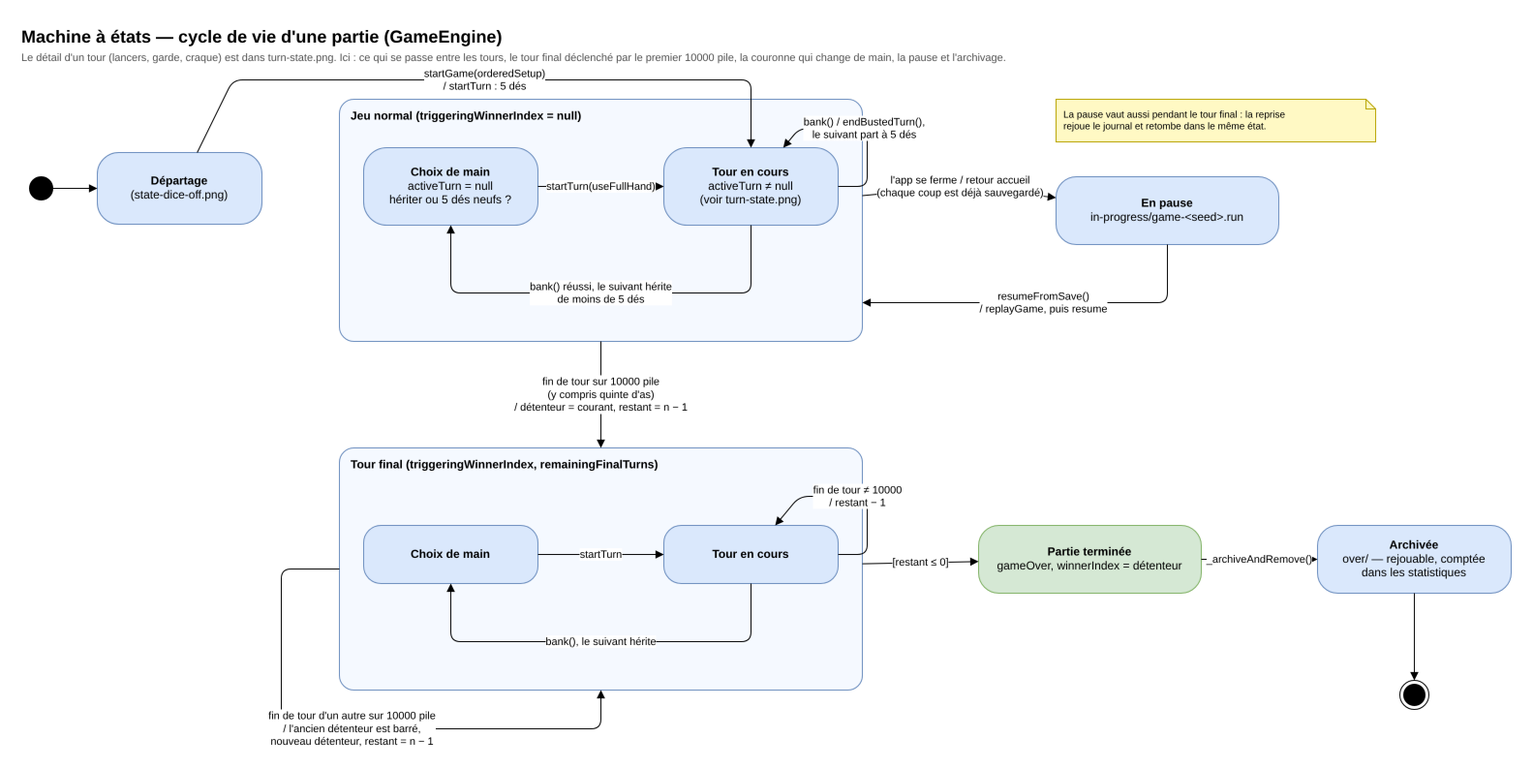
Above: docs/uml/state-game.png in microscotch/tenk (draw.io), before the change. Source tidied: cells renumbered, new cells last; positions are measured from the earlier drawing's top-left corner, leaving out a move shared by most shapes.
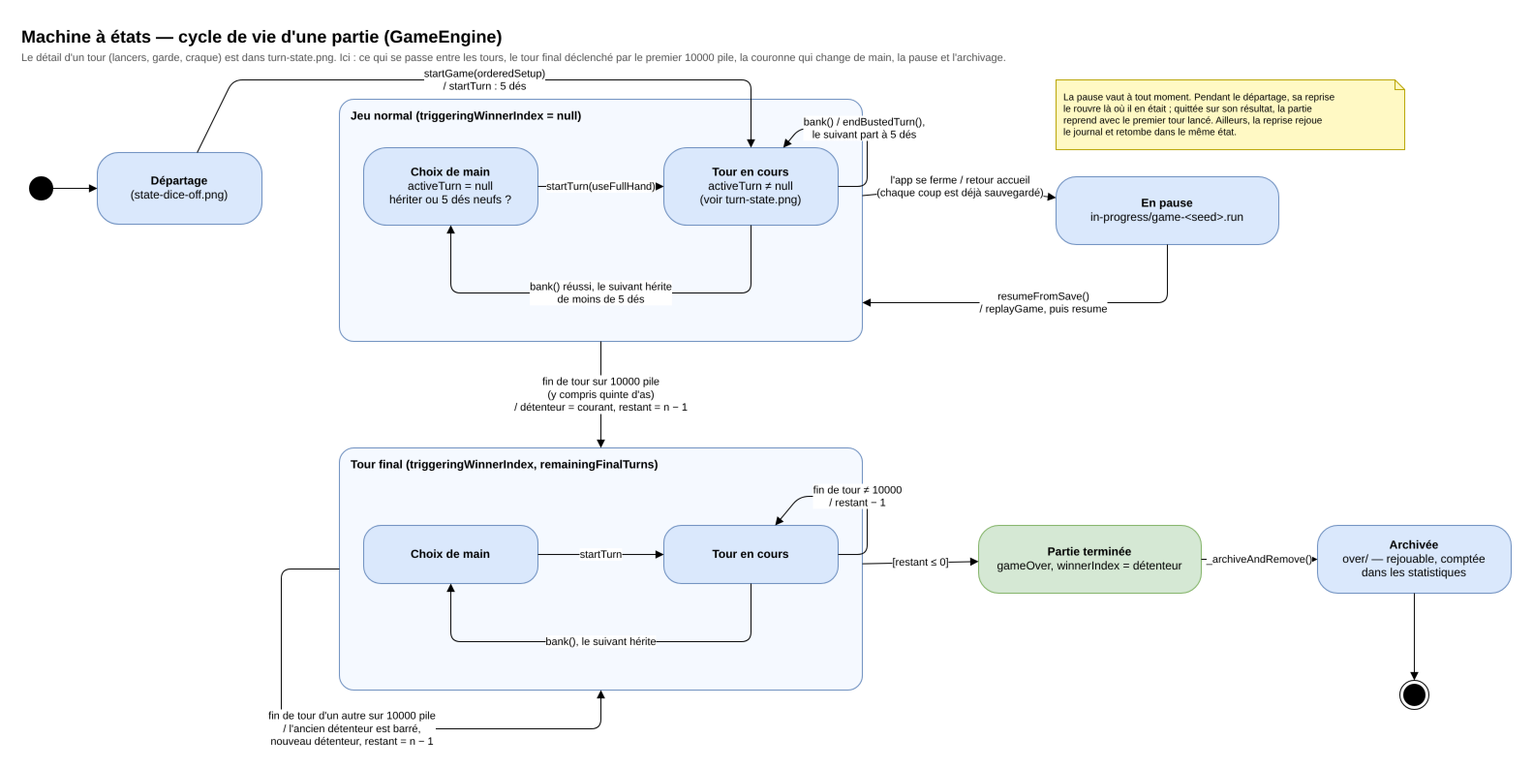
Later version of the same file.

Change to the diagram source:
```diff
@@ -131,8 +131,8 @@
         </Array>
       </mxGeometry>
     </mxCell>
-    <mxCell id="31" value="La pause vaut aussi pendant le tour final : la reprise&lt;br/&gt;rejoue le journal et retombe dans le même état." style="shape=note;size=10;whiteSpace=wrap;html=1;align=left;spacingLeft=6;fontSize=10;fillColor=#fff9c4;strokeColor=#b8a400;" parent="1" vertex="1">
-      <mxGeometry x="1070" y="82" width="330" height="44" as="geometry" />
+    <mxCell id="31" value="La pause vaut à tout moment. Pendant le départage, sa reprise&lt;br/&gt;le rouvre là où il en était ; quittée sur son résultat, la partie&lt;br/&gt;reprend avec le premier tour lancé. Ailleurs, la reprise rejoue&lt;br/&gt;le journal et retombe dans le même état." style="shape=note;size=10;whiteSpace=wrap;html=1;align=left;spacingLeft=6;fontSize=10;fillColor=#fff9c4;strokeColor=#b8a400;" parent="1" vertex="1">
+      <mxGeometry x="1070" y="62" width="360" height="72" as="geometry" />
     </mxCell>
   </root>
 </mxGraphModel>
```
